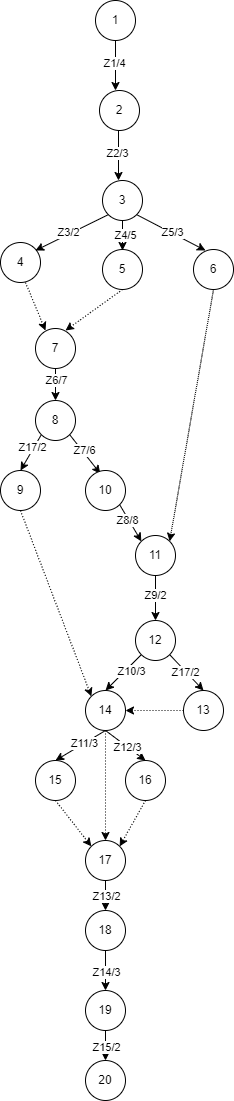
The draw.io diagram MatProg/7.drawio.png in geeztd/4sem, before a commit. Source tidied: cells renumbered, new cells last; positions are measured from the earlier drawing's top-left corner, leaving out a move shared by most shapes.
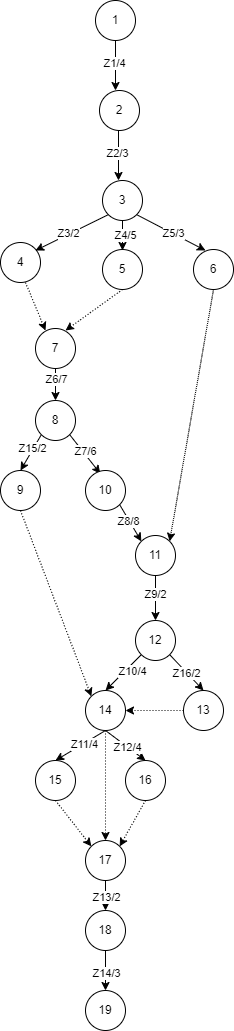
The same diagram one commit later.

Change to the diagram source:
```diff
@@ -89,7 +89,7 @@
     <mxCell id="24" style="rounded=0;jettySize=auto;html=1;exitX=0;exitY=1;exitDx=0;exitDy=0;entryX=0.5;entryY=0;entryDx=0;entryDy=0;" parent="1" edge="1" source="26" target="60">
       <mxGeometry relative="1" as="geometry" />
     </mxCell>
-    <mxCell id="25" value="Z17/2" style="edgeLabel;html=1;align=center;verticalAlign=middle;" parent="24" vertex="1">
+    <mxCell id="25" value="Z15/2" style="edgeLabel;html=1;align=center;verticalAlign=middle;" parent="24" vertex="1">
       <mxGeometry x="-0.23" y="-2" relative="1" as="geometry" />
     </mxCell>
     <mxCell id="26" value="8" style="ellipse;whiteSpace=wrap;html=1;" parent="1" vertex="1">
@@ -125,13 +125,13 @@
     <mxCell id="36" style="rounded=0;jettySize=auto;html=1;exitX=1;exitY=1;exitDx=0;exitDy=0;entryX=0.5;entryY=0;entryDx=0;entryDy=0;" parent="1" edge="1" source="40" target="33">
       <mxGeometry relative="1" as="geometry" />
     </mxCell>
-    <mxCell id="37" value="Z17/2" style="edgeLabel;html=1;align=center;verticalAlign=middle;" parent="36" vertex="1">
+    <mxCell id="37" value="Z16/2" style="edgeLabel;html=1;align=center;verticalAlign=middle;" parent="36" vertex="1">
       <mxGeometry x="-0.07" y="-1" relative="1" as="geometry" />
     </mxCell>
     <mxCell id="38" style="rounded=0;jettySize=auto;html=1;exitX=0;exitY=1;exitDx=0;exitDy=0;entryX=0.5;entryY=0;entryDx=0;entryDy=0;" parent="1" edge="1" source="40" target="45">
       <mxGeometry relative="1" as="geometry" />
     </mxCell>
-    <mxCell id="39" value="Z10/3" style="edgeLabel;html=1;align=center;verticalAlign=middle;" parent="38" vertex="1">
+    <mxCell id="39" value="Z10/4" style="edgeLabel;html=1;align=center;verticalAlign=middle;" parent="38" vertex="1">
       <mxGeometry x="-0.26" y="4" relative="1" as="geometry" />
     </mxCell>
     <mxCell id="40" value="12" style="ellipse;whiteSpace=wrap;html=1;" parent="1" vertex="1">
@@ -143,7 +143,7 @@
     <mxCell id="42" style="rounded=0;jettySize=auto;html=1;exitX=0.5;exitY=1;exitDx=0;exitDy=0;entryX=0.5;entryY=0;entryDx=0;entryDy=0;" parent="1" edge="1" source="45" target="47">
       <mxGeometry relative="1" as="geometry" />
     </mxCell>
-    <mxCell id="43" value="Z11/3" style="edgeLabel;html=1;align=center;verticalAlign=middle;" parent="42" vertex="1">
+    <mxCell id="43" value="Z11/4" style="edgeLabel;html=1;align=center;verticalAlign=middle;" parent="42" vertex="1">
       <mxGeometry x="-0.13" relative="1" as="geometry" />
     </mxCell>
     <mxCell id="44" style="edgeStyle=orthogonalEdgeStyle;rounded=0;jettySize=auto;html=1;exitX=0.5;exitY=1;exitDx=0;exitDy=0;entryX=0.5;entryY=0;entryDx=0;entryDy=0;dashed=1;dashPattern=1 2;" parent="1" edge="1" source="45" target="63">
@@ -161,7 +161,7 @@
     <mxCell id="48" style="endArrow=classic;html=1;rounded=0;exitX=0.5;exitY=1;exitDx=0;exitDy=0;entryX=0.5;entryY=0;entryDx=0;entryDy=0;" parent="1" edge="1" source="45" target="53">
       <mxGeometry relative="1" as="geometry" />
     </mxCell>
-    <mxCell id="49" value="Z12/3" style="edgeLabel;html=1;align=center;verticalAlign=middle;" parent="48" vertex="1">
+    <mxCell id="49" value="Z12/4" style="edgeLabel;html=1;align=center;verticalAlign=middle;" parent="48" vertex="1">
       <mxGeometry x="0.07" relative="1" as="geometry" />
     </mxCell>
     <mxCell id="50" style="edgeStyle=orthogonalEdgeStyle;rounded=0;jettySize=auto;html=1;entryX=0.5;entryY=0;entryDx=0;entryDy=0;" parent="1" edge="1" source="63" target="62">
@@ -185,15 +185,6 @@
     <mxCell id="56" value="19" style="ellipse;whiteSpace=wrap;html=1;" parent="1" vertex="1">
       <mxGeometry x="85" y="990" width="40" height="40" as="geometry" />
     </mxCell>
-    <mxCell id="57" style="endArrow=classic;html=1;rounded=0;exitX=0.5;exitY=1;exitDx=0;exitDy=0;" parent="1" edge="1" source="56" target="59">
-      <mxGeometry relative="1" as="geometry" />
-    </mxCell>
-    <mxCell id="58" value="Z15/2" style="edgeLabel;html=1;align=center;verticalAlign=middle;" parent="57" vertex="1">
-      <mxGeometry x="0.07" relative="1" as="geometry" />
-    </mxCell>
-    <mxCell id="59" value="20" style="ellipse;whiteSpace=wrap;html=1;" parent="1" vertex="1">
-      <mxGeometry x="85" y="1060" width="40" height="40" as="geometry" />
-    </mxCell>
     <mxCell id="60" value="9" style="ellipse;whiteSpace=wrap;html=1;" parent="1" vertex="1">
       <mxGeometry y="470" width="40" height="40" as="geometry" />
     </mxCell>
```
